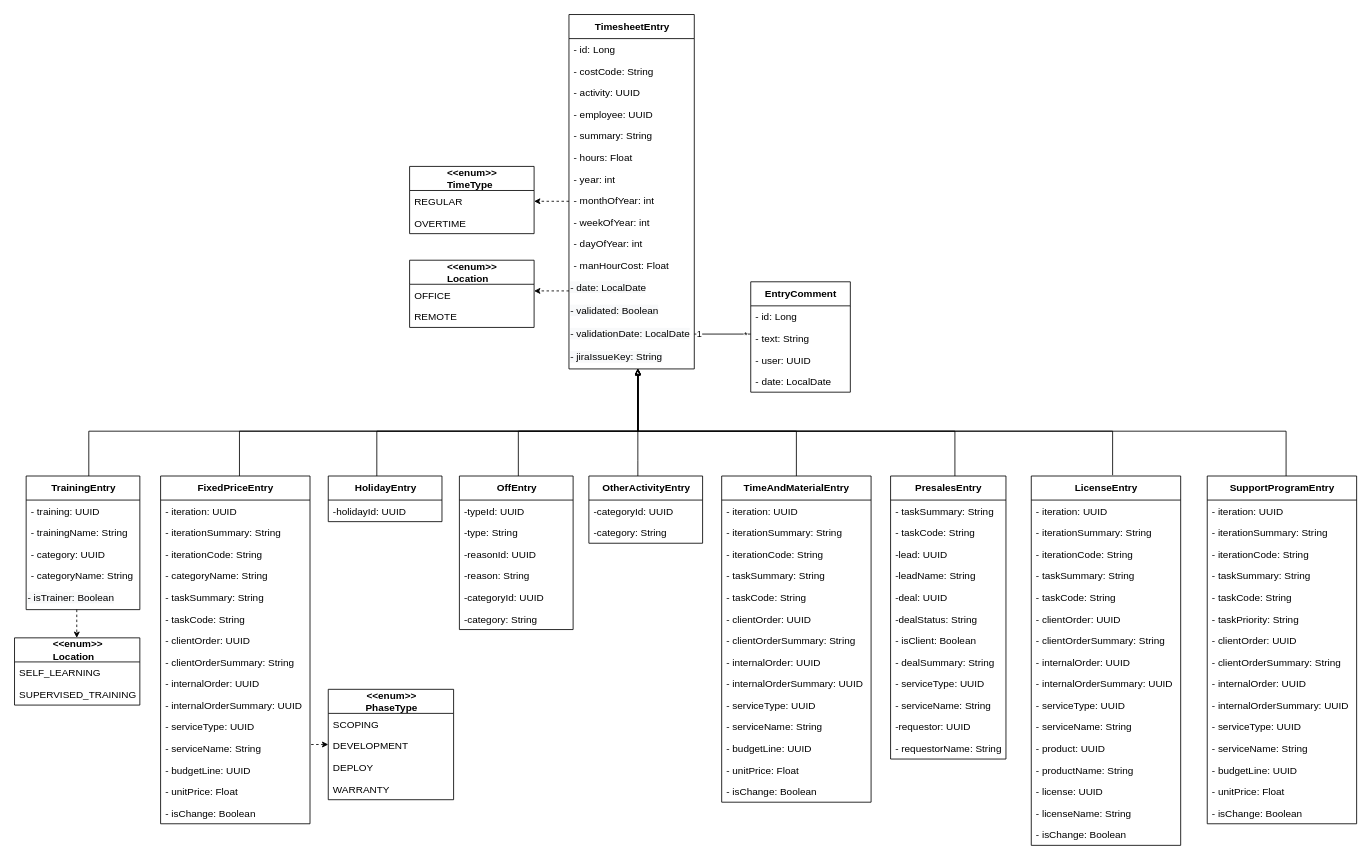
Before: Timesheet/_DiagrammeClasseTimesheet.drawio in ZidiMedAmine/UML, a draw.io diagram. Source tidied: cells renumbered, new cells numbered last; positions are measured from the earlier drawing's top-left corner, leaving out a move shared by most shapes. Both pictures are drawn from the tidied source at 83%, with x=0, y=0 at pixel (14, 14).
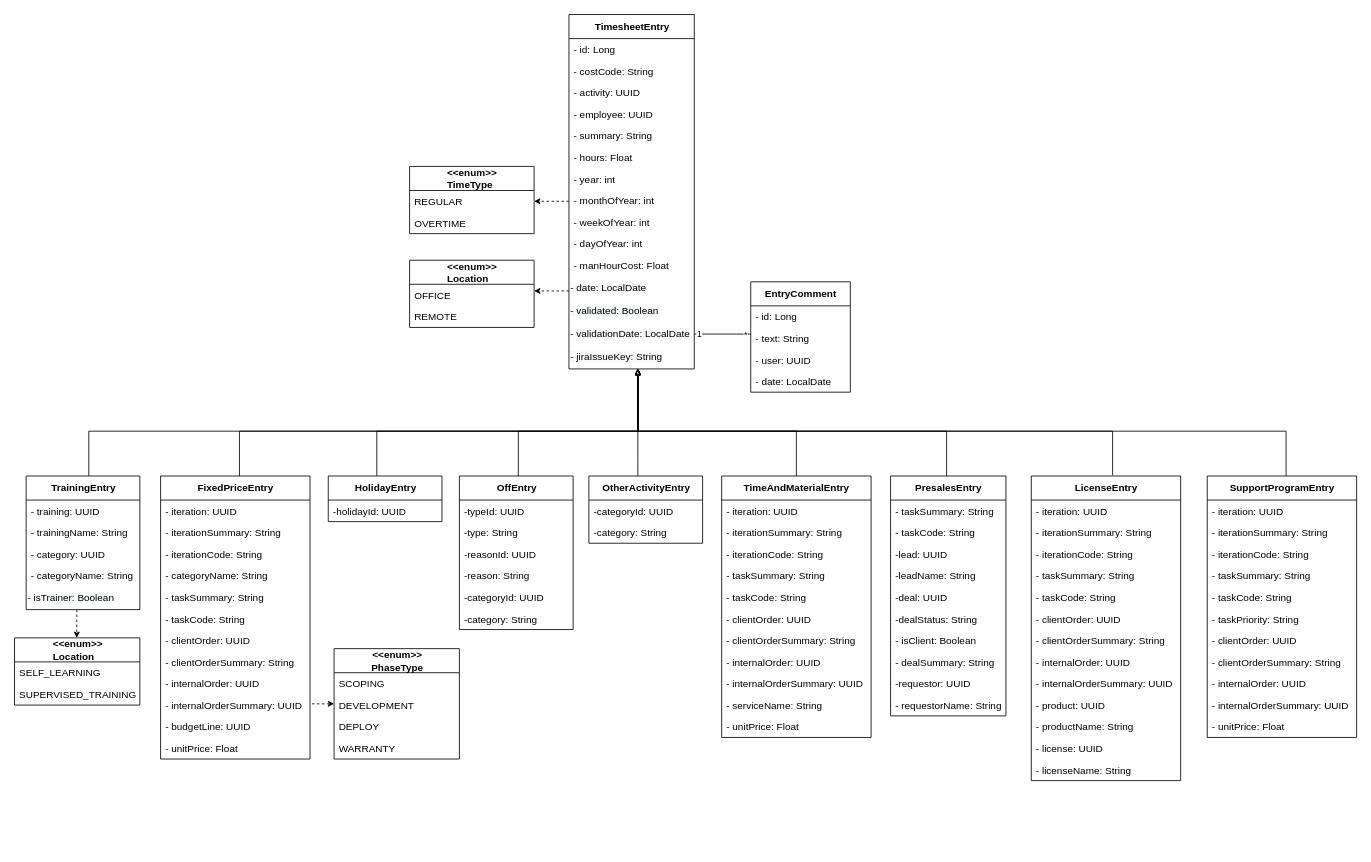
After the change.

Commit message (it also covers changes not shown here):
Mettre à jour _DiagrammeClasseTimesheet.drawio

Unchanged cells that the change refers to:
```xml
<mxCell id="3" value="&lt;b&gt;TimesheetEntry&lt;/b&gt;" style="swimlane;fontStyle=0;align=center;verticalAlign=middle;horizontal=1;startSize=29;html=1;fontSize=12;labelPosition=center;verticalLabelPosition=middle;swimlaneLine=1;rounded=0;shadow=0;glass=0;sketch=0;perimeterSpacing=0;" parent="1" vertex="1">
  <mxGeometry x="668" width="151" height="427" as="geometry" />
</mxCell>
```

Diff of the diagram source:
```diff
@@
     <mxCell id="44" value="&lt;b&gt;FixedPriceEntry&lt;/b&gt;" style="swimlane;fontStyle=0;align=center;verticalAlign=middle;horizontal=1;startSize=29;html=1;fontSize=12;labelPosition=center;verticalLabelPosition=middle;swimlaneLine=1;rounded=0;shadow=0;glass=0;sketch=0;perimeterSpacing=0;" parent="1" vertex="1">
-      <mxGeometry x="176" y="556" width="180" height="419" as="geometry" />
+      <mxGeometry x="176" y="556" width="180" height="341" as="geometry" />
     </mxCell>
@@
-    <mxCell id="55" value="- serviceType: UUID" style="text;strokeColor=none;fillColor=none;align=left;verticalAlign=top;spacingLeft=4;spacingRight=4;overflow=hidden;fontStyle=0;" parent="44" vertex="1">
-      <mxGeometry y="289" width="180" height="26" as="geometry" />
-    </mxCell>
-    <mxCell id="56" value="- serviceName: String" style="text;strokeColor=none;fillColor=none;align=left;verticalAlign=top;spacingLeft=4;spacingRight=4;overflow=hidden;fontStyle=0;" parent="44" vertex="1">
-      <mxGeometry y="315" width="180" height="26" as="geometry" />
-    </mxCell>
     <mxCell id="57" value="- budgetLine: UUID" style="text;strokeColor=none;fillColor=none;align=left;verticalAlign=top;spacingLeft=4;spacingRight=4;overflow=hidden;fontStyle=0;" parent="44" vertex="1">
-      <mxGeometry y="341" width="180" height="26" as="geometry" />
+      <mxGeometry y="289" width="180" height="26" as="geometry" />
     </mxCell>
     <mxCell id="58" value="- unitPrice: Float" style="text;strokeColor=none;fillColor=none;align=left;verticalAlign=top;spacingLeft=4;spacingRight=4;overflow=hidden;fontStyle=0;" parent="44" vertex="1">
-      <mxGeometry y="367" width="180" height="26" as="geometry" />
+      <mxGeometry y="315" width="180" height="26" as="geometry" />
     </mxCell>
-    <mxCell id="59" value="- isChange: Boolean" style="text;strokeColor=none;fillColor=none;align=left;verticalAlign=top;spacingLeft=4;spacingRight=4;overflow=hidden;fontStyle=0;" parent="44" vertex="1">
-      <mxGeometry y="393" width="180" height="26" as="geometry" />
-    </mxCell>
     <mxCell id="60" style="edgeStyle=orthogonalEdgeStyle;rounded=0;jettySize=auto;html=1;dashed=1;startArrow=classic;startFill=1;endArrow=none;endFill=0;startSize=5;endSize=5;" parent="1" edge="1" source="61" target="44">
       <mxGeometry relative="1" as="geometry">
         <Array as="points">
-          <mxPoint x="381" y="902" />
-          <mxPoint x="381" y="902" />
+          <mxPoint x="419" y="846" />
+          <mxPoint x="419" y="846" />
         </Array>
       </mxGeometry>
     </mxCell>
     <mxCell id="61" value="&lt;b&gt;&amp;lt;&amp;lt;enum&amp;gt;&amp;gt;&lt;/b&gt;&lt;br&gt;&lt;div style=&quot;text-align: left&quot;&gt;&lt;b&gt;PhaseType&lt;/b&gt;&lt;br&gt;&lt;/div&gt;" style="swimlane;fontStyle=0;align=center;verticalAlign=middle;horizontal=1;startSize=29;html=1;fontSize=12;labelPosition=center;verticalLabelPosition=middle;swimlaneLine=1;rounded=0;sketch=0;glass=0;" parent="1" vertex="1">
-      <mxGeometry x="378" y="813" width="151" height="133" as="geometry" />
+      <mxGeometry x="385" y="764" width="151" height="133" as="geometry" />
     </mxCell>
@@
     <mxCell id="81" value="&lt;b&gt;TimeAndMaterialEntry&lt;/b&gt;" style="swimlane;fontStyle=0;align=center;verticalAlign=middle;horizontal=1;startSize=29;html=1;fontSize=12;labelPosition=center;verticalLabelPosition=middle;swimlaneLine=1;rounded=0;shadow=0;glass=0;sketch=0;perimeterSpacing=0;" parent="1" vertex="1">
-      <mxGeometry x="852" y="556" width="180" height="393" as="geometry" />
+      <mxGeometry x="852" y="556" width="180" height="315" as="geometry" />
     </mxCell>
@@
-    <mxCell id="91" value="- serviceType: UUID" style="text;strokeColor=none;fillColor=none;align=left;verticalAlign=top;spacingLeft=4;spacingRight=4;overflow=hidden;fontStyle=0;" parent="81" vertex="1">
-      <mxGeometry y="263" width="180" height="26" as="geometry" />
-    </mxCell>
     <mxCell id="92" value="- serviceName: String" style="text;strokeColor=none;fillColor=none;align=left;verticalAlign=top;spacingLeft=4;spacingRight=4;overflow=hidden;fontStyle=0;" parent="81" vertex="1">
-      <mxGeometry y="289" width="180" height="26" as="geometry" />
+      <mxGeometry y="263" width="180" height="26" as="geometry" />
     </mxCell>
-    <mxCell id="93" value="- budgetLine: UUID" style="text;strokeColor=none;fillColor=none;align=left;verticalAlign=top;spacingLeft=4;spacingRight=4;overflow=hidden;fontStyle=0;" parent="81" vertex="1">
-      <mxGeometry y="315" width="180" height="26" as="geometry" />
-    </mxCell>
     <mxCell id="94" value="- unitPrice: Float" style="text;strokeColor=none;fillColor=none;align=left;verticalAlign=top;spacingLeft=4;spacingRight=4;overflow=hidden;fontStyle=0;" parent="81" vertex="1">
-      <mxGeometry y="341" width="180" height="26" as="geometry" />
+      <mxGeometry y="289" width="180" height="26" as="geometry" />
     </mxCell>
-    <mxCell id="95" value="- isChange: Boolean" style="text;strokeColor=none;fillColor=none;align=left;verticalAlign=top;spacingLeft=4;spacingRight=4;overflow=hidden;fontStyle=0;" parent="81" vertex="1">
-      <mxGeometry y="367" width="180" height="26" as="geometry" />
-    </mxCell>
-    <mxCell id="96" style="edgeStyle=orthogonalEdgeStyle;rounded=0;orthogonalLoop=1;jettySize=auto;html=1;endArrow=block;startArrow=none;startFill=0;endFill=0;startSize=5;endSize=5;" parent="1" edge="1">
+    <mxCell id="96" style="edgeStyle=orthogonalEdgeStyle;rounded=0;jettySize=auto;html=1;endArrow=block;startArrow=none;startFill=0;endFill=0;startSize=5;endSize=5;" parent="1" edge="1" target="3">
       <mxGeometry relative="1" as="geometry">
-        <mxPoint x="1133" y="556" as="sourcePoint" />
-        <mxPoint x="751" y="427" as="targetPoint" />
+        <mxPoint x="1123" y="556" as="sourcePoint" />
         <Array as="points">
-          <mxPoint x="1133" y="502" />
+          <mxPoint x="1123" y="502" />
           <mxPoint x="751" y="502" />
         </Array>
       </mxGeometry>
     </mxCell>
     <mxCell id="97" value="&lt;div style=&quot;text-align: left&quot;&gt;&lt;b&gt;PresalesEntry&lt;/b&gt;&lt;br&gt;&lt;/div&gt;" style="swimlane;fontStyle=0;align=center;verticalAlign=middle;horizontal=1;startSize=29;html=1;fontSize=12;labelPosition=center;verticalLabelPosition=middle;swimlaneLine=1;rounded=0;shadow=0;glass=0;sketch=0;perimeterSpacing=0;" parent="1" vertex="1">
-      <mxGeometry x="1055.5" y="556" width="139" height="341" as="geometry" />
+      <mxGeometry x="1055.5" y="556" width="139" height="289" as="geometry" />
     </mxCell>
@@
-    <mxCell id="106" value="- serviceType: UUID" style="text;strokeColor=none;fillColor=none;align=left;verticalAlign=top;spacingLeft=4;spacingRight=4;overflow=hidden;fontStyle=0;" parent="97" vertex="1">
-      <mxGeometry y="237" width="139" height="26" as="geometry" />
-    </mxCell>
-    <mxCell id="107" value="- serviceName: String" style="text;strokeColor=none;fillColor=none;align=left;verticalAlign=top;spacingLeft=4;spacingRight=4;overflow=hidden;fontStyle=0;" parent="97" vertex="1">
-      <mxGeometry y="263" width="139" height="26" as="geometry" />
-    </mxCell>
     <mxCell id="108" value="-requestor: UUID" style="text;strokeColor=none;fillColor=none;align=left;verticalAlign=top;spacingLeft=4;spacingRight=4;overflow=hidden;fontStyle=0;" parent="97" vertex="1">
-      <mxGeometry y="289" width="139" height="26" as="geometry" />
+      <mxGeometry y="237" width="139" height="26" as="geometry" />
     </mxCell>
     <mxCell id="109" value="- requestorName: String" style="text;strokeColor=none;fillColor=none;align=left;verticalAlign=top;spacingLeft=4;spacingRight=4;overflow=hidden;fontStyle=0;" parent="97" vertex="1">
-      <mxGeometry y="315" width="139" height="26" as="geometry" />
+      <mxGeometry y="263" width="139" height="26" as="geometry" />
     </mxCell>
@@
     <mxCell id="111" value="&lt;b&gt;LicenseEntry&lt;/b&gt;" style="swimlane;fontStyle=0;align=center;verticalAlign=middle;horizontal=1;startSize=29;html=1;fontSize=12;labelPosition=center;verticalLabelPosition=middle;swimlaneLine=1;rounded=0;shadow=0;glass=0;sketch=0;perimeterSpacing=0;" parent="1" vertex="1">
-      <mxGeometry x="1225" y="556" width="180" height="445" as="geometry" />
+      <mxGeometry x="1225" y="556" width="180" height="367" as="geometry" />
     </mxCell>
@@
-    <mxCell id="121" value="- serviceType: UUID" style="text;strokeColor=none;fillColor=none;align=left;verticalAlign=top;spacingLeft=4;spacingRight=4;overflow=hidden;fontStyle=0;" parent="111" vertex="1">
-      <mxGeometry y="263" width="180" height="26" as="geometry" />
-    </mxCell>
-    <mxCell id="122" value="- serviceName: String" style="text;strokeColor=none;fillColor=none;align=left;verticalAlign=top;spacingLeft=4;spacingRight=4;overflow=hidden;fontStyle=0;" parent="111" vertex="1">
-      <mxGeometry y="289" width="180" height="26" as="geometry" />
-    </mxCell>
     <mxCell id="123" value="- product: UUID" style="text;strokeColor=none;fillColor=none;align=left;verticalAlign=top;spacingLeft=4;spacingRight=4;overflow=hidden;fontStyle=0;" parent="111" vertex="1">
-      <mxGeometry y="315" width="180" height="26" as="geometry" />
+      <mxGeometry y="263" width="180" height="26" as="geometry" />
     </mxCell>
     <mxCell id="124" value="- productName: String" style="text;strokeColor=none;fillColor=none;align=left;verticalAlign=top;spacingLeft=4;spacingRight=4;overflow=hidden;fontStyle=0;" parent="111" vertex="1">
-      <mxGeometry y="341" width="180" height="26" as="geometry" />
+      <mxGeometry y="289" width="180" height="26" as="geometry" />
     </mxCell>
     <mxCell id="125" value="- license: UUID" style="text;strokeColor=none;fillColor=none;align=left;verticalAlign=top;spacingLeft=4;spacingRight=4;overflow=hidden;fontStyle=0;" parent="111" vertex="1">
-      <mxGeometry y="367" width="180" height="26" as="geometry" />
+      <mxGeometry y="315" width="180" height="26" as="geometry" />
     </mxCell>
     <mxCell id="126" value="- licenseName: String" style="text;strokeColor=none;fillColor=none;align=left;verticalAlign=top;spacingLeft=4;spacingRight=4;overflow=hidden;fontStyle=0;" parent="111" vertex="1">
-      <mxGeometry y="393" width="180" height="26" as="geometry" />
+      <mxGeometry y="341" width="180" height="26" as="geometry" />
     </mxCell>
-    <mxCell id="127" value="- isChange: Boolean" style="text;strokeColor=none;fillColor=none;align=left;verticalAlign=top;spacingLeft=4;spacingRight=4;overflow=hidden;fontStyle=0;" parent="111" vertex="1">
-      <mxGeometry y="419" width="180" height="26" as="geometry" />
-    </mxCell>
@@
     <mxCell id="129" value="&lt;b&gt;SupportProgramEntry&lt;/b&gt;" style="swimlane;fontStyle=0;align=center;verticalAlign=middle;horizontal=1;startSize=29;html=1;fontSize=12;labelPosition=center;verticalLabelPosition=middle;swimlaneLine=1;rounded=0;shadow=0;glass=0;sketch=0;perimeterSpacing=0;" parent="1" vertex="1">
-      <mxGeometry x="1437" y="556" width="180" height="419" as="geometry" />
+      <mxGeometry x="1437" y="556" width="180" height="315" as="geometry" />
     </mxCell>
@@
-    <mxCell id="140" value="- serviceType: UUID" style="text;strokeColor=none;fillColor=none;align=left;verticalAlign=top;spacingLeft=4;spacingRight=4;overflow=hidden;fontStyle=0;" parent="129" vertex="1">
-      <mxGeometry y="289" width="180" height="26" as="geometry" />
-    </mxCell>
-    <mxCell id="141" value="- serviceName: String" style="text;strokeColor=none;fillColor=none;align=left;verticalAlign=top;spacingLeft=4;spacingRight=4;overflow=hidden;fontStyle=0;" parent="129" vertex="1">
-      <mxGeometry y="315" width="180" height="26" as="geometry" />
-    </mxCell>
-    <mxCell id="142" value="- budgetLine: UUID" style="text;strokeColor=none;fillColor=none;align=left;verticalAlign=top;spacingLeft=4;spacingRight=4;overflow=hidden;fontStyle=0;" parent="129" vertex="1">
-      <mxGeometry y="341" width="180" height="26" as="geometry" />
-    </mxCell>
     <mxCell id="143" value="- unitPrice: Float" style="text;strokeColor=none;fillColor=none;align=left;verticalAlign=top;spacingLeft=4;spacingRight=4;overflow=hidden;fontStyle=0;" parent="129" vertex="1">
-      <mxGeometry y="367" width="180" height="26" as="geometry" />
+      <mxGeometry y="289" width="180" height="26" as="geometry" />
     </mxCell>
-    <mxCell id="144" value="- isChange: Boolean" style="text;strokeColor=none;fillColor=none;align=left;verticalAlign=top;spacingLeft=4;spacingRight=4;overflow=hidden;fontStyle=0;" parent="129" vertex="1">
-      <mxGeometry y="393" width="180" height="26" as="geometry" />
-    </mxCell>
@@
-    <mxCell id="147" style="edgeStyle=orthogonalEdgeStyle;rounded=0;orthogonalLoop=1;jettySize=auto;html=1;startArrow=none;startFill=0;endArrow=block;endFill=0;startSize=5;endSize=5;" parent="1" edge="1">
+    <mxCell id="147" style="edgeStyle=orthogonalEdgeStyle;rounded=0;jettySize=auto;html=1;startArrow=none;startFill=0;endArrow=block;endFill=0;startSize=5;endSize=5;" parent="1" edge="1" target="3">
       <mxGeometry relative="1" as="geometry">
         <mxPoint x="89.5" y="556" as="sourcePoint" />
-        <mxPoint x="751" y="427" as="targetPoint" />
         <Array as="points">
-          <mxPoint x="89" y="502" />
+          <mxPoint x="90" y="502" />
           <mxPoint x="751" y="502" />
         </Array>
       </mxGeometry>
     </mxCell>
```
